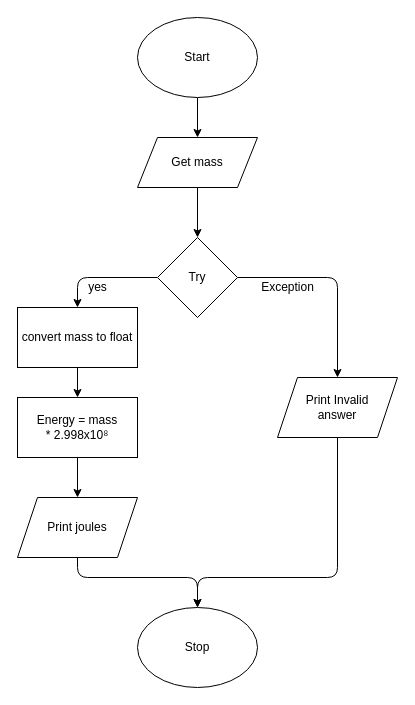
Earlier version of the draw.io diagram flow.drawio (lily-liu-17/ics4u-unit1-02-typescript). Source tidied: cells renumbered, new cells numbered last; positions are measured from the earlier drawing's top-left corner, leaving out a move shared by most shapes. Both pictures are drawn from the tidied source at 100%, with x=0, y=0 at pixel (17, 17).
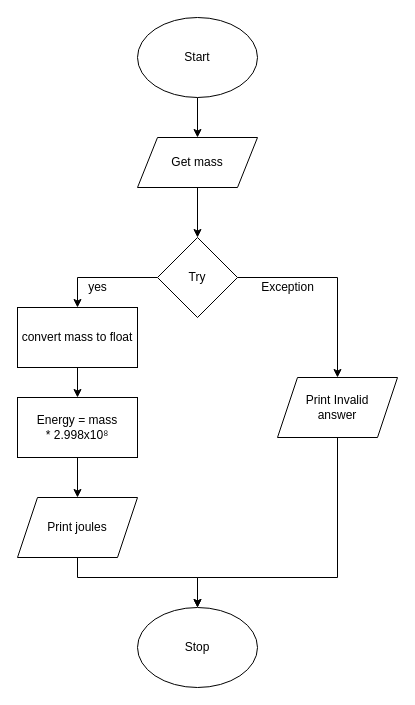
The same diagram, later.

Unchanged cells that the change refers to:
```xml
<mxCell id="2" value="Stop" style="ellipse;whiteSpace=wrap;html=1;" parent="1" vertex="1">
  <mxGeometry x="120" y="590" width="120" height="80" as="geometry" />
</mxCell>
<mxCell id="6" value="Print Invalid &lt;br&gt;answer" style="shape=parallelogram;perimeter=parallelogramPerimeter;whiteSpace=wrap;html=1;fixedSize=1;" parent="1" vertex="1">
  <mxGeometry x="260" y="360" width="120" height="60" as="geometry" />
</mxCell>
<mxCell id="10" value="Print joules" style="shape=parallelogram;perimeter=parallelogramPerimeter;whiteSpace=wrap;html=1;fixedSize=1;" parent="1" vertex="1">
  <mxGeometry y="480" width="120" height="60" as="geometry" />
</mxCell>
<mxCell id="13" value="Try" style="rhombus;whiteSpace=wrap;html=1;" parent="1" vertex="1">
  <mxGeometry x="140" y="220" width="80" height="80" as="geometry" />
</mxCell>
<mxCell id="15" value="convert mass to float" style="rounded=0;whiteSpace=wrap;html=1;" parent="1" vertex="1">
  <mxGeometry y="290" width="120" height="60" as="geometry" />
</mxCell>
```

The edit, as a diff of the source:
```diff
@@
-    <mxCell id="5" style="edgeStyle=none;html=1;" parent="1" edge="1" source="6">
+    <mxCell id="5" style="edgeStyle=none;html=1;rounded=0;" parent="1" edge="1" source="6">
       <mxGeometry relative="1" as="geometry">
         <mxPoint x="180" y="590" as="targetPoint" />
         <Array as="points">
           <mxPoint x="320" y="560" />
           <mxPoint x="180" y="560" />
         </Array>
       </mxGeometry>
     </mxCell>
@@
-    <mxCell id="9" style="edgeStyle=none;html=1;entryX=0.5;entryY=0;entryDx=0;entryDy=0;" parent="1" edge="1" source="10" target="2">
+    <mxCell id="9" style="edgeStyle=none;html=1;entryX=0.5;entryY=0;entryDx=0;entryDy=0;rounded=0;" parent="1" edge="1" source="10" target="2">
       <mxGeometry relative="1" as="geometry">
         <Array as="points">
           <mxPoint x="60" y="560" />
           <mxPoint x="180" y="560" />
         </Array>
       </mxGeometry>
     </mxCell>
@@
-    <mxCell id="11" style="edgeStyle=none;html=1;entryX=0.5;entryY=0;entryDx=0;entryDy=0;" parent="1" edge="1" source="13" target="6">
+    <mxCell id="11" style="edgeStyle=none;html=1;entryX=0.5;entryY=0;entryDx=0;entryDy=0;rounded=0;" parent="1" edge="1" source="13" target="6">
       <mxGeometry relative="1" as="geometry">
         <Array as="points">
           <mxPoint x="320" y="260" />
         </Array>
       </mxGeometry>
     </mxCell>
-    <mxCell id="12" style="edgeStyle=none;html=1;entryX=0.5;entryY=0;entryDx=0;entryDy=0;" parent="1" edge="1" source="13" target="15">
+    <mxCell id="12" style="edgeStyle=none;html=1;entryX=0.5;entryY=0;entryDx=0;entryDy=0;rounded=0;" parent="1" edge="1" source="13" target="15">
       <mxGeometry relative="1" as="geometry">
         <Array as="points">
           <mxPoint x="60" y="260" />
         </Array>
       </mxGeometry>
     </mxCell>
```
